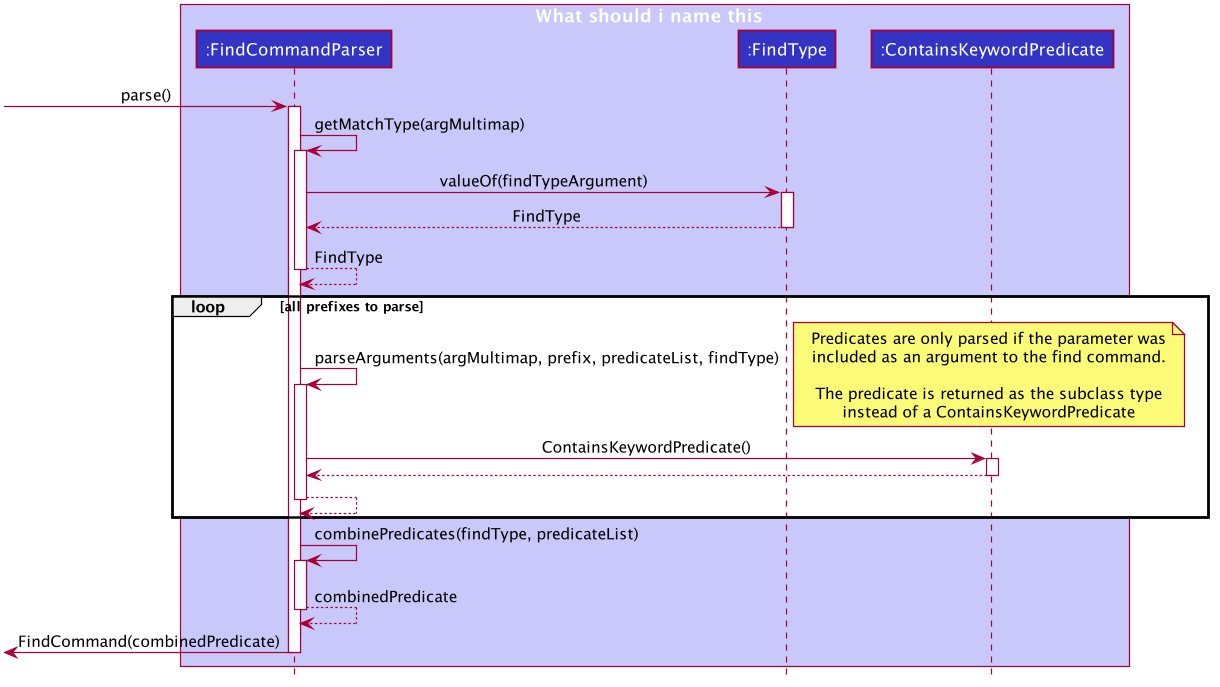
This is docs/images/FindCommandParserSequenceDiagram.png from pr4aveen/tp, a PlantUML export, as it was before one commit.
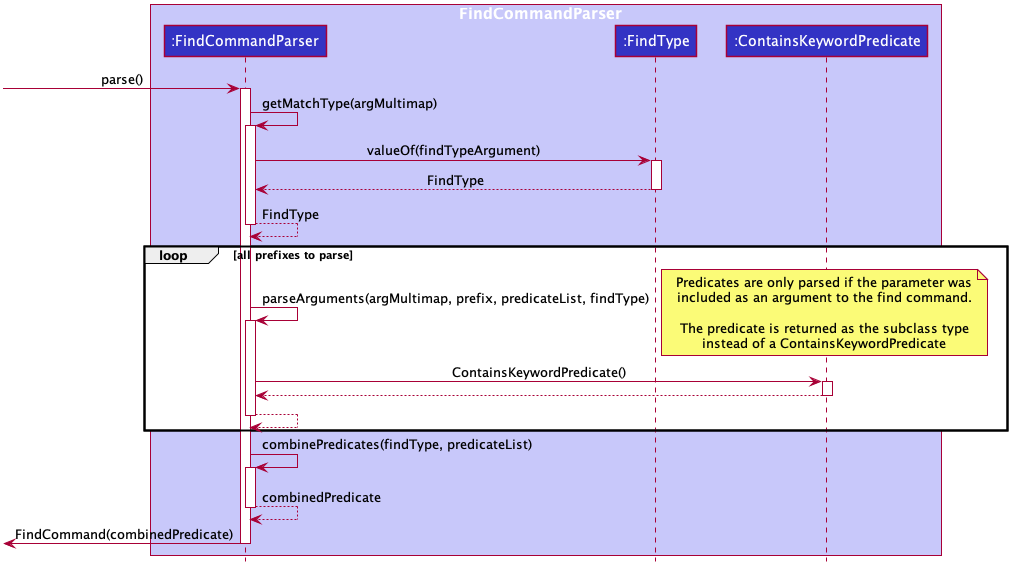
Later version of the same file.

Commit message:
Update sequence diagram image

Diff of the diagram source:
```diff
@@ -48,7 +48,7 @@
 hide members
 hide circle
 
-box What should i name this  #C8C8FA
+box FindCommandParser  #C8C8FA
 participant ":FindCommandParser" as FindCommandParser #3333C4
 participant ":FindType" as FindType #3333C4
 participant ":ContainsKeywordPredicate" as ContainsKeywordPredicate #3333C4
```
